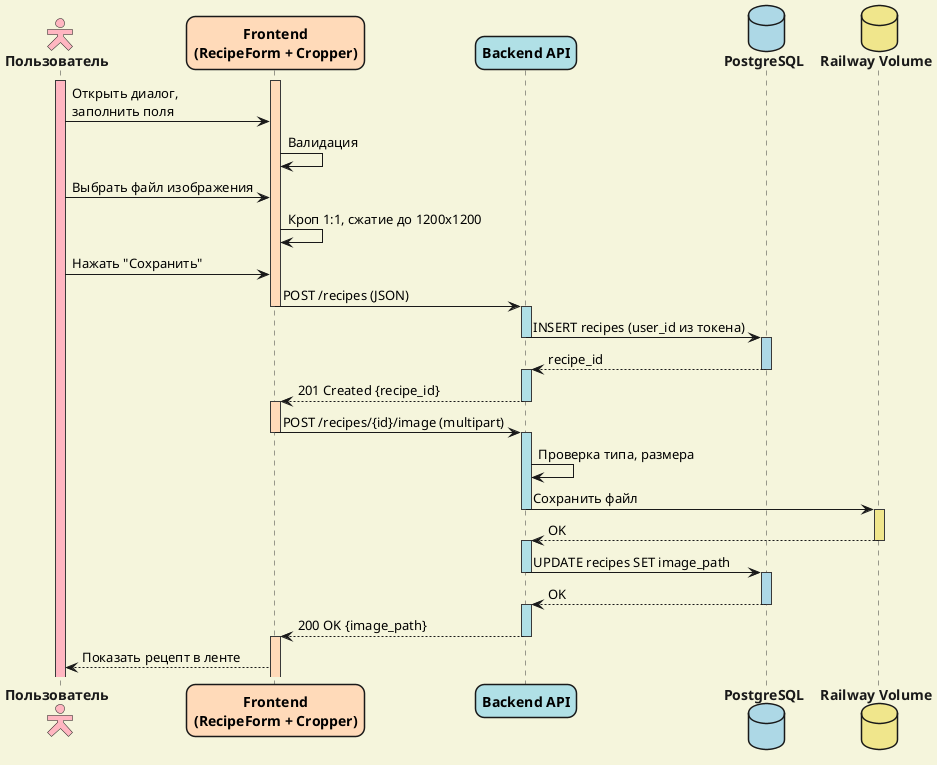
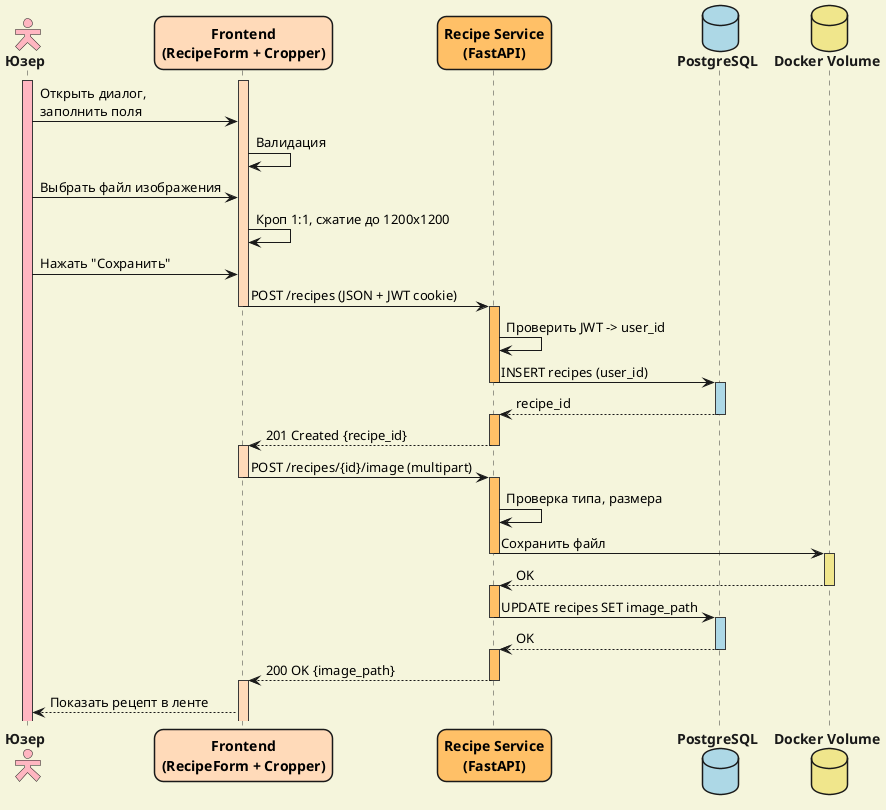
@startuml сиквенс_диаграмма_создание_рецепта_с_фото_кроп
!theme mars

- ' НАСТРОЙКИ
skinparam actor {
  FontStyle bold
  BackgroundColor #FFB6C1
}
skinparam participant {
  FontColor black
  FontStyle bold
}
skinparam database {
  FontStyle bold
  BackgroundColor #ADD8E6
}
skinparam backgroundcolor #F5F5DC
skinparam roundcorner 18
skinparam actorStyle hollow

- ' УЧАСТНИКИ
- actor "Пользователь" as User
+ actor "Юзер" as User
participant "Frontend\n(RecipeForm + Cropper)" as Frontend #FFDAB9
- participant "Backend API" as Backend #B0E0E6
+ participant "Recipe Service\n(FastAPI)" as RecipeSvc #FFC067
database "PostgreSQL" as DB #ADD8E6
- database "Railway Volume" as Volume #F0E68C
+ database "Docker Volume" as Volume #F0E68C

- ' СЦЕНАРИЙ
User ++ #FFB6C1
Frontend ++ #FFDAB9
User -> Frontend : Открыть диалог,\nзаполнить поля
Frontend -> Frontend : Валидация
User -> Frontend : Выбрать файл изображения
Frontend -> Frontend : Кроп 1:1, сжатие до 1200x1200
User -> Frontend : Нажать "Сохранить"
- Frontend -> Backend --++ #B0E0E6 : POST /recipes (JSON)
- Backend -> DB --++ #ADD8E6 : INSERT recipes (user_id из токена)
- DB --> Backend --++ #B0E0E6 : recipe_id
- Backend --> Frontend --++ #FFDAB9 : 201 Created {recipe_id}
- Frontend -> Backend --++ #B0E0E6 : POST /recipes/{id}/image (multipart)
- Backend -> Backend: Проверка типа, размера
- Backend -> Volume --++ #F0E68C : Сохранить файл
- Volume --> Backend --++ #B0E0E6 : OK
- Backend -> DB --++ #ADD8E6 : UPDATE recipes SET image_path
- DB --> Backend --++ #B0E0E6 : OK
- Backend --> Frontend --++  #FFDAB9 : 200 OK {image_path}
- Frontend --> User: Показать рецепт в ленте
+ Frontend -> RecipeSvc --++ #FFC067 : POST /recipes (JSON + JWT cookie)
+ RecipeSvc -> RecipeSvc : Проверить JWT -> user_id
+ RecipeSvc -> DB --++ #ADD8E6 : INSERT recipes (user_id)
+ DB --> RecipeSvc --++ #FFC067 : recipe_id
+ RecipeSvc --> Frontend --++ #FFDAB9 : 201 Created {recipe_id}
+ Frontend -> RecipeSvc --++ #FFC067 : POST /recipes/{id}/image (multipart)
+ RecipeSvc -> RecipeSvc : Проверка типа, размера
+ RecipeSvc -> Volume --++ #F0E68C : Сохранить файл
+ Volume --> RecipeSvc --++ #FFC067 : OK
+ RecipeSvc -> DB --++ #ADD8E6 : UPDATE recipes SET image_path
+ DB --> RecipeSvc --++ #FFC067 : OK
+ RecipeSvc --> Frontend --++  #FFDAB9 : 200 OK {image_path}
+ Frontend --> User : Показать рецепт в ленте

@enduml